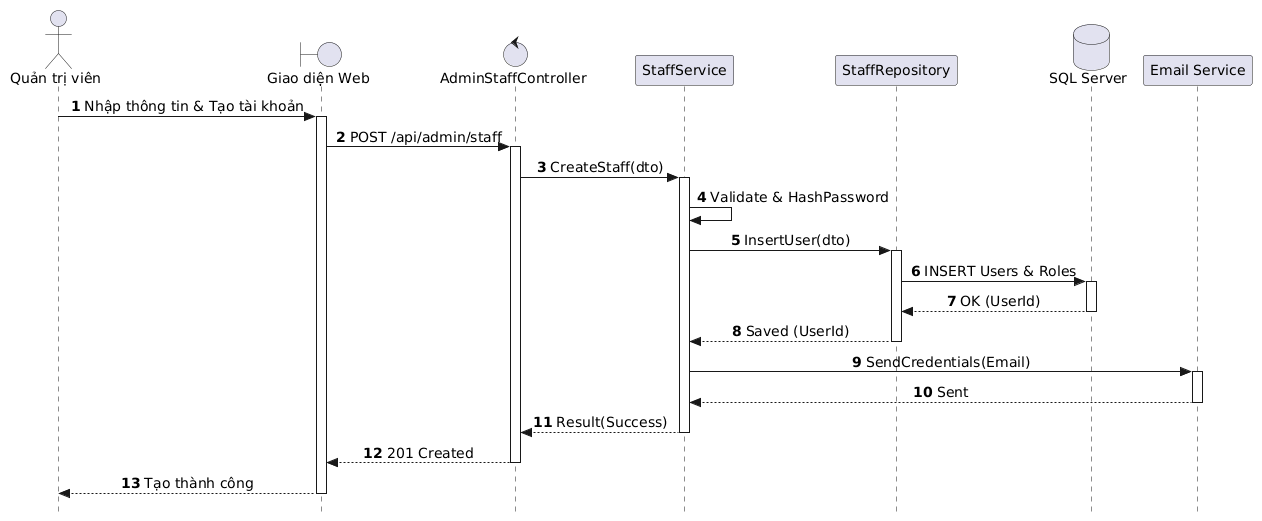
Above: out/docs/puml/sequences/SD_UC_A4_1_Create_Staff/SD_UC_A4_1_Create_Staff.png in AndrewQng/VinDining (PlantUML), before the change. Source of this version:
```plantuml
@startuml
autonumber
skinparam style strictuml
skinparam sequenceMessageAlign center
skinparam responseMessageBelowArrow true
skinparam defaultFontName "Segoe UI", Arial, sans-serif
skinparam defaultFontSize 14

actor "Quản trị viên" as Admin
boundary "Giao diện Web" as UI
control "AdminStaffController" as Controller
participant "StaffService" as Service
participant "StaffRepository" as Repo
database "SQL Server" as DB
participant "Email Service" as MailService

Admin -> UI: Nhập thông tin & Tạo tài khoản
activate UI

UI -> Controller: POST /api/admin/staff
activate Controller

Controller -> Service: CreateStaff(dto)
activate Service

Service -> Service: Validate & HashPassword

Service -> Repo: InsertUser(dto)
activate Repo
Repo -> DB: INSERT Users & Roles
activate DB
DB --> Repo: OK (UserId)
deactivate DB
Repo --> Service: Saved (UserId)
deactivate Repo

Service -> MailService: SendCredentials(Email)
activate MailService
MailService --> Service: Sent
deactivate MailService

Service --> Controller: Result(Success)
deactivate Service

Controller --> UI: 201 Created
deactivate Controller

UI --> Admin: Tạo thành công
deactivate UI
@enduml
```
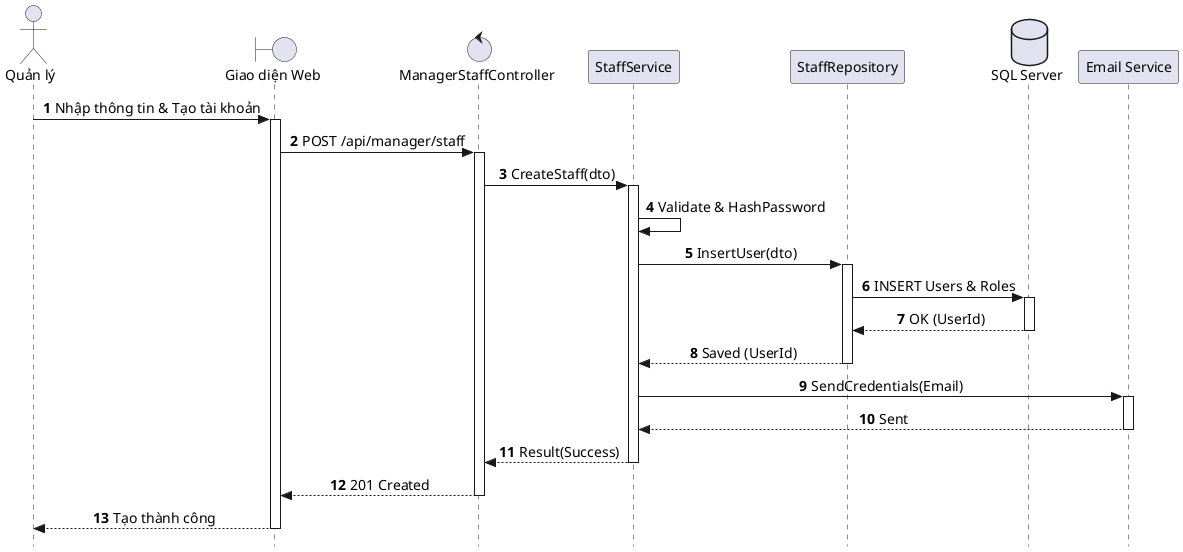
After the change.

What changed in the source:
```diff
@@ -1,4 +1,4 @@
-@startuml
+@startuml SD_UC_A4_1_Create_Staff
 autonumber
 skinparam style strictuml
 skinparam sequenceMessageAlign center
@@ -6,18 +6,18 @@
 skinparam defaultFontName "Segoe UI", Arial, sans-serif
 skinparam defaultFontSize 14
 
-actor "Quản trị viên" as Admin
+actor "Quản lý" as Manager
 boundary "Giao diện Web" as UI
-control "AdminStaffController" as Controller
+control "ManagerStaffController" as Controller
 participant "StaffService" as Service
 participant "StaffRepository" as Repo
 database "SQL Server" as DB
 participant "Email Service" as MailService
 
-Admin -> UI: Nhập thông tin & Tạo tài khoản
+Manager -> UI: Nhập thông tin & Tạo tài khoản
 activate UI
 
-UI -> Controller: POST /api/admin/staff
+UI -> Controller: POST /api/manager/staff
 activate Controller
 
 Controller -> Service: CreateStaff(dto)
@@ -45,6 +45,7 @@
 Controller --> UI: 201 Created
 deactivate Controller
 
-UI --> Admin: Tạo thành công
+UI --> Manager: Tạo thành công
 deactivate UI
+
 @enduml
```
